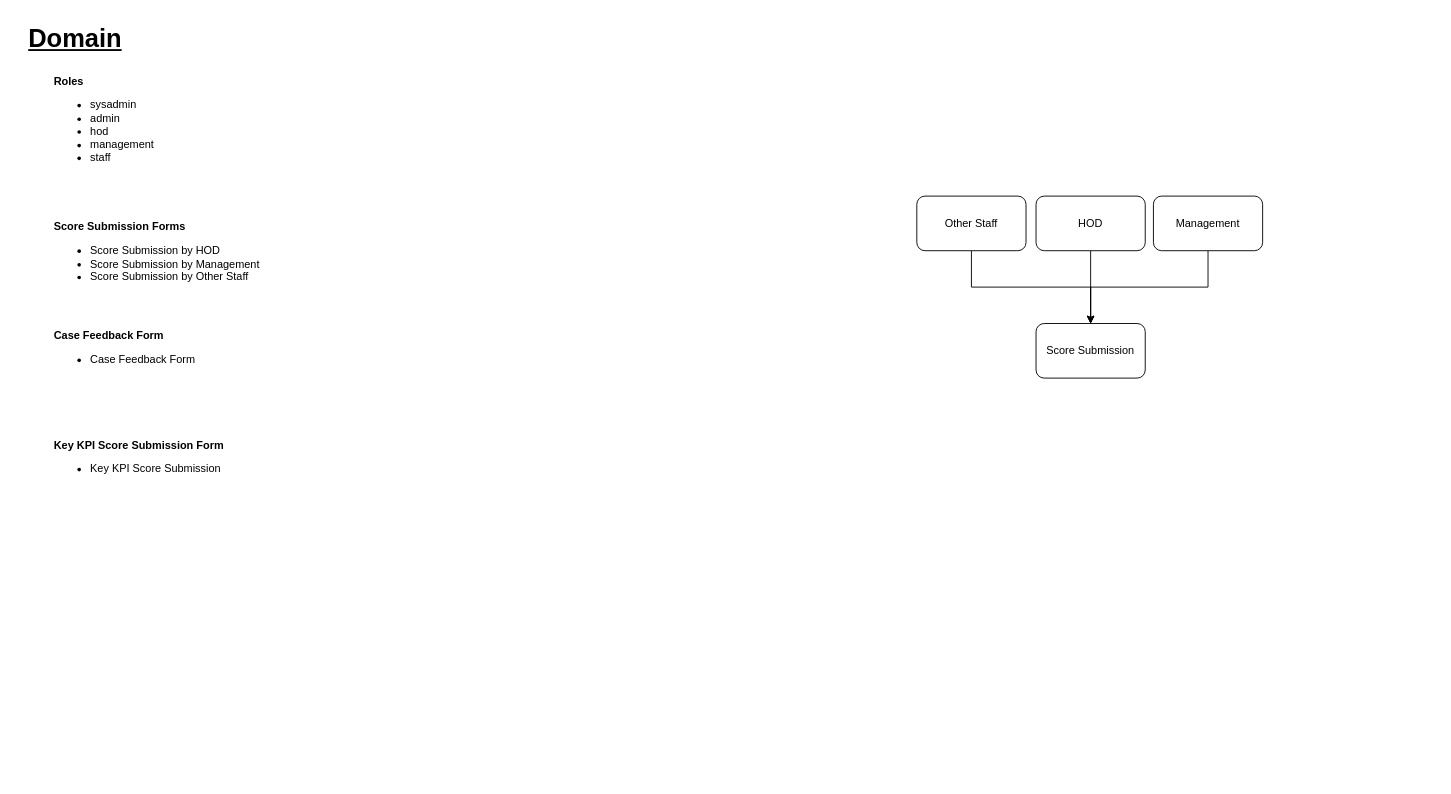
Before: page "Domain" (1 of 8) of docs/Diagram.drawio in tunaung22/metrics-backend-server, a draw.io diagram. Source tidied: cells renumbered, new cells numbered last; positions are measured from the earlier drawing's top-left corner, leaving out a move shared by most shapes. Both pictures are drawn from the tidied source at 91%, with x=0, y=0 at pixel (15, 15).
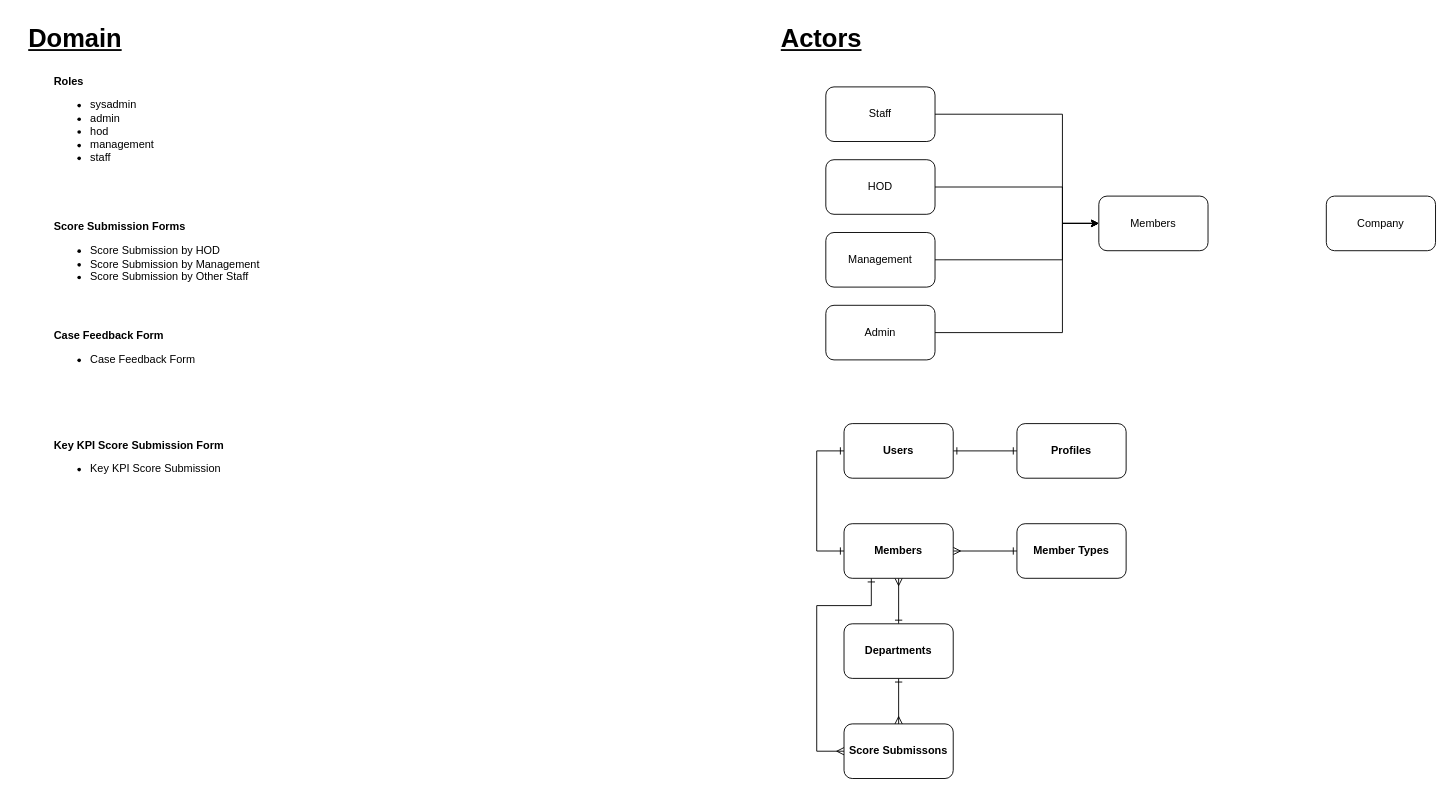
The same page after the edit.

Change to the diagram source:
```diff
@@
-    <mxCell id="7" style="edgeStyle=orthogonalEdgeStyle;rounded=0;jettySize=auto;html=1;exitX=0.5;exitY=1;exitDx=0;exitDy=0;entryX=0.5;entryY=0;entryDx=0;entryDy=0;" parent="1" edge="1" source="8" target="13">
-      <mxGeometry relative="1" as="geometry" />
-    </mxCell>
+    <mxCell id="14" style="edgeStyle=orthogonalEdgeStyle;rounded=0;jettySize=auto;html=1;exitX=1;exitY=0.5;exitDx=0;exitDy=0;entryX=0;entryY=0.5;entryDx=0;entryDy=0;" parent="1" edge="1" source="8" target="20">
+      <mxGeometry relative="1" as="geometry">
+        <Array as="points">
+          <mxPoint x="1150" y="188" />
+          <mxPoint x="1150" y="228" />
+        </Array>
+      </mxGeometry>
+    </mxCell>
     <mxCell id="8" value="HOD" style="rounded=1;whiteSpace=wrap;html=1;" parent="1" vertex="1">
-      <mxGeometry x="1121" y="198" width="120" height="60" as="geometry" />
+      <mxGeometry x="890" y="158" width="120" height="60" as="geometry" />
     </mxCell>
-    <mxCell id="9" style="edgeStyle=orthogonalEdgeStyle;rounded=0;jettySize=auto;html=1;exitX=0.5;exitY=1;exitDx=0;exitDy=0;entryX=0.5;entryY=0;entryDx=0;entryDy=0;" parent="1" edge="1" source="10" target="13">
-      <mxGeometry relative="1" as="geometry" />
-    </mxCell>
+    <mxCell id="15" style="edgeStyle=orthogonalEdgeStyle;rounded=0;jettySize=auto;html=1;exitX=1;exitY=0.5;exitDx=0;exitDy=0;entryX=0;entryY=0.5;entryDx=0;entryDy=0;" parent="1" edge="1" source="10" target="20">
+      <mxGeometry relative="1" as="geometry">
+        <Array as="points">
+          <mxPoint x="1150" y="108" />
+          <mxPoint x="1150" y="228" />
+        </Array>
+      </mxGeometry>
+    </mxCell>
-    <mxCell id="10" value="Other Staff" style="rounded=1;whiteSpace=wrap;html=1;" parent="1" vertex="1">
-      <mxGeometry x="990" y="198" width="120" height="60" as="geometry" />
+    <mxCell id="10" value="Staff" style="rounded=1;whiteSpace=wrap;html=1;" parent="1" vertex="1">
+      <mxGeometry x="890" y="78" width="120" height="60" as="geometry" />
     </mxCell>
-    <mxCell id="11" style="edgeStyle=orthogonalEdgeStyle;rounded=0;jettySize=auto;html=1;exitX=0.5;exitY=1;exitDx=0;exitDy=0;entryX=0.5;entryY=0;entryDx=0;entryDy=0;" parent="1" edge="1" source="12" target="13">
-      <mxGeometry relative="1" as="geometry" />
-    </mxCell>
+    <mxCell id="16" style="edgeStyle=orthogonalEdgeStyle;rounded=0;jettySize=auto;html=1;exitX=1;exitY=0.5;exitDx=0;exitDy=0;entryX=0;entryY=0.5;entryDx=0;entryDy=0;" parent="1" edge="1" source="12" target="20">
+      <mxGeometry relative="1" as="geometry">
+        <Array as="points">
+          <mxPoint x="1150" y="268" />
+          <mxPoint x="1150" y="228" />
+        </Array>
+      </mxGeometry>
+    </mxCell>
     <mxCell id="12" value="Management" style="rounded=1;whiteSpace=wrap;html=1;" parent="1" vertex="1">
-      <mxGeometry x="1250" y="198" width="120" height="60" as="geometry" />
+      <mxGeometry x="890" y="238" width="120" height="60" as="geometry" />
     </mxCell>
-    <mxCell id="13" value="Score Submission" style="rounded=1;whiteSpace=wrap;html=1;" parent="1" vertex="1">
-      <mxGeometry x="1121" y="338" width="120" height="60" as="geometry" />
-    </mxCell>
+    <mxCell id="17" value="Actors" style="text;html=1;align=left;verticalAlign=middle;strokeColor=none;fillColor=none;fontSize=28;fontStyle=5;fontFamily=Helvetica;spacingLeft=12;" parent="1" vertex="1">
+      <mxGeometry x="827" width="110" height="50" as="geometry" />
+    </mxCell>
+    <mxCell id="18" style="edgeStyle=orthogonalEdgeStyle;rounded=0;jettySize=auto;html=1;exitX=1;exitY=0.5;exitDx=0;exitDy=0;entryX=0;entryY=0.5;entryDx=0;entryDy=0;" parent="1" edge="1" source="19" target="20">
+      <mxGeometry relative="1" as="geometry">
+        <Array as="points">
+          <mxPoint x="1150" y="348" />
+          <mxPoint x="1150" y="228" />
+        </Array>
+      </mxGeometry>
+    </mxCell>
+    <mxCell id="19" value="Admin" style="rounded=1;whiteSpace=wrap;html=1;" parent="1" vertex="1">
+      <mxGeometry x="890" y="318" width="120" height="60" as="geometry" />
+    </mxCell>
+    <mxCell id="20" value="Members" style="rounded=1;whiteSpace=wrap;html=1;" parent="1" vertex="1">
+      <mxGeometry x="1190" y="198" width="120" height="60" as="geometry" />
+    </mxCell>
+    <mxCell id="21" value="Company" style="rounded=1;whiteSpace=wrap;html=1;" parent="1" vertex="1">
+      <mxGeometry x="1440" y="198" width="120" height="60" as="geometry" />
+    </mxCell>
+    <mxCell id="22" style="edgeStyle=orthogonalEdgeStyle;rounded=0;jettySize=auto;html=1;exitX=1;exitY=0.5;exitDx=0;exitDy=0;entryX=0;entryY=0.5;entryDx=0;entryDy=0;startArrow=ERone;startFill=0;endArrow=ERone;endFill=0;" parent="1" edge="1" source="23" target="24">
+      <mxGeometry relative="1" as="geometry" />
+    </mxCell>
+    <mxCell id="23" value="Users" style="rounded=1;whiteSpace=wrap;html=1;fontStyle=1;" parent="1" vertex="1">
+      <mxGeometry x="910" y="448" width="120" height="60" as="geometry" />
+    </mxCell>
+    <mxCell id="24" value="Profiles" style="rounded=1;whiteSpace=wrap;html=1;fontStyle=1;" parent="1" vertex="1">
+      <mxGeometry x="1100" y="448" width="120" height="60" as="geometry" />
+    </mxCell>
+    <mxCell id="25" value="Member Types" style="rounded=1;whiteSpace=wrap;html=1;fontStyle=1;" parent="1" vertex="1">
+      <mxGeometry x="1100" y="558" width="120" height="60" as="geometry" />
+    </mxCell>
+    <mxCell id="26" style="edgeStyle=orthogonalEdgeStyle;rounded=0;jettySize=auto;html=1;exitX=0.5;exitY=0;exitDx=0;exitDy=0;entryX=0.5;entryY=1;entryDx=0;entryDy=0;endArrow=ERmany;endFill=0;startArrow=ERone;startFill=0;" parent="1" edge="1" source="28" target="32">
+      <mxGeometry relative="1" as="geometry" />
+    </mxCell>
+    <mxCell id="27" style="edgeStyle=orthogonalEdgeStyle;rounded=0;jettySize=auto;html=1;exitX=0.5;exitY=1;exitDx=0;exitDy=0;entryX=0.5;entryY=0;entryDx=0;entryDy=0;endArrow=ERmany;endFill=0;startArrow=ERone;startFill=0;" parent="1" edge="1" source="28" target="33">
+      <mxGeometry relative="1" as="geometry" />
+    </mxCell>
+    <mxCell id="28" value="Departments" style="rounded=1;whiteSpace=wrap;html=1;fontStyle=1;" parent="1" vertex="1">
+      <mxGeometry x="910" y="668" width="120" height="60" as="geometry" />
+    </mxCell>
+    <mxCell id="29" style="edgeStyle=orthogonalEdgeStyle;rounded=0;jettySize=auto;html=1;exitX=1;exitY=0.5;exitDx=0;exitDy=0;entryX=0;entryY=0.5;entryDx=0;entryDy=0;startArrow=ERmany;startFill=0;endArrow=ERone;endFill=0;" parent="1" edge="1" source="32" target="25">
+      <mxGeometry relative="1" as="geometry" />
+    </mxCell>
+    <mxCell id="30" style="edgeStyle=orthogonalEdgeStyle;rounded=0;jettySize=auto;html=1;exitX=0;exitY=0.5;exitDx=0;exitDy=0;entryX=0;entryY=0.5;entryDx=0;entryDy=0;endArrow=ERone;endFill=0;startArrow=ERone;startFill=0;" parent="1" edge="1" source="32" target="23">
+      <mxGeometry relative="1" as="geometry">
+        <Array as="points">
+          <mxPoint x="880" y="588" />
+          <mxPoint x="880" y="478" />
+        </Array>
+      </mxGeometry>
+    </mxCell>
+    <mxCell id="31" style="edgeStyle=orthogonalEdgeStyle;rounded=0;jettySize=auto;html=1;exitX=0.25;exitY=1;exitDx=0;exitDy=0;entryX=0;entryY=0.5;entryDx=0;entryDy=0;startArrow=ERone;startFill=0;endArrow=ERmany;endFill=0;" parent="1" edge="1" source="32" target="33">
+      <mxGeometry relative="1" as="geometry">
+        <Array as="points">
+          <mxPoint x="940" y="648" />
+          <mxPoint x="880" y="648" />
+          <mxPoint x="880" y="808" />
+        </Array>
+      </mxGeometry>
+    </mxCell>
+    <mxCell id="32" value="Members" style="rounded=1;whiteSpace=wrap;html=1;fontStyle=1;" parent="1" vertex="1">
+      <mxGeometry x="910" y="558" width="120" height="60" as="geometry" />
+    </mxCell>
+    <mxCell id="33" value="Score Submissons" style="rounded=1;whiteSpace=wrap;html=1;fontStyle=1;" parent="1" vertex="1">
+      <mxGeometry x="910" y="778" width="120" height="60" as="geometry" />
+    </mxCell>
```
